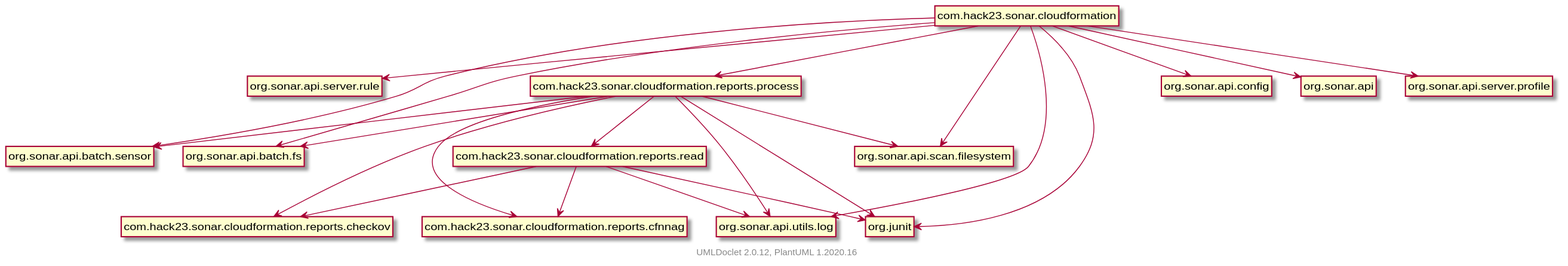
Earlier version of the PlantUML export testapidocs/package-dependencies.svg (Hack23/sonar-cloudformation-plugin).
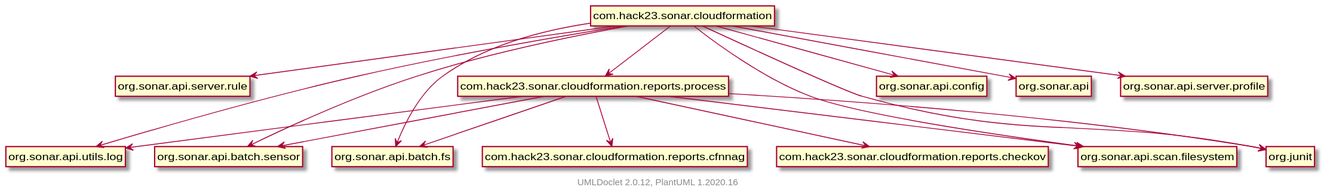
Later version of the same file.

What changed in the source:
```diff
@@ -14,24 +14,17 @@
     com.hack23.sonar.cloudformation --> org.sonar.api.scan.filesystem
     com.hack23.sonar.cloudformation --> org.sonar.api.server.profile
     com.hack23.sonar.cloudformation --> org.junit
-    com.hack23.sonar.cloudformation.reports.read --> org.sonar.api.utils.log
-    com.hack23.sonar.cloudformation.reports.read --> com.hack23.sonar.cloudformation.reports.checkov
-    com.hack23.sonar.cloudformation.reports.read --> com.hack23.sonar.cloudformation.reports.cfnnag
-    com.hack23.sonar.cloudformation.reports.read --> org.junit
     com.hack23.sonar.cloudformation.reports.process --> org.sonar.api.utils.log
-    com.hack23.sonar.cloudformation.reports.process --> com.hack23.sonar.cloudformation.reports.read
+    com.hack23.sonar.cloudformation.reports.process --> com.hack23.sonar.cloudformation.reports.checkov
     com.hack23.sonar.cloudformation.reports.process --> org.sonar.api.scan.filesystem
     com.hack23.sonar.cloudformation.reports.process --> org.sonar.api.batch.fs
     com.hack23.sonar.cloudformation.reports.process --> org.sonar.api.batch.sensor
     com.hack23.sonar.cloudformation.reports.process --> com.hack23.sonar.cloudformation.reports.cfnnag
-    com.hack23.sonar.cloudformation.reports.process --> com.hack23.sonar.cloudformation.reports.checkov
     com.hack23.sonar.cloudformation.reports.process --> org.junit
 
     class "com.hack23.sonar.cloudformation" [[com/hack23/sonar/cloudformation/package-summary.html]] {
     }
     class "com.hack23.sonar.cloudformation.reports.process" [[com/hack23/sonar/cloudformation/reports/process/package-summary.html]] {
-    }
-    class "com.hack23.sonar.cloudformation.reports.read" [[com/hack23/sonar/cloudformation/reports/read/package-summary.html]] {
     }
     class "com.hack23.sonar.cloudformation.reports.checkov" [[com/hack23/sonar/cloudformation/reports/checkov/package-summary.html]] {
     }
```
